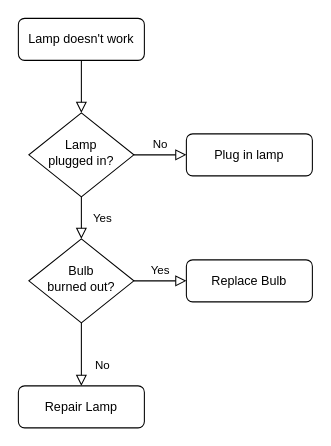
Before: data/Untitled Diagram.drawio in skybristol/experiments, a draw.io diagram. Source tidied: cells renumbered, new cells numbered last; positions are measured from the earlier drawing's top-left corner, leaving out a move shared by most shapes. Both pictures are drawn from the tidied source at 105%, with x=0, y=0 at pixel (18, 18).
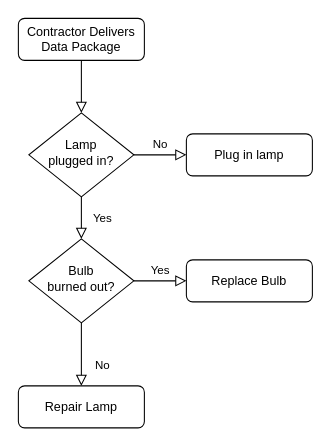
The same page after the edit.

Commit message:
continuous airborne geophysics.drawio

The edit, as a diff of the source:
```diff
@@
 <mxGraphModel>
   <root>
     <mxCell id="0" />
     <mxCell id="1" parent="0" />
     <mxCell id="2" style="rounded=0;html=1;jettySize=auto;fontSize=11;endArrow=block;endFill=0;endSize=8;strokeWidth=1;shadow=0;labelBackgroundColor=none;edgeStyle=orthogonalEdgeStyle;" parent="1" edge="1" source="3" target="6">
       <mxGeometry relative="1" as="geometry" />
     </mxCell>
-    <mxCell id="3" value="Lamp doesn't work" style="rounded=1;whiteSpace=wrap;html=1;fontSize=12;glass=0;strokeWidth=1;shadow=0;" parent="1" vertex="1">
+    <mxCell id="3" value="Contractor Delivers Data Package" style="rounded=1;whiteSpace=wrap;html=1;fontSize=12;glass=0;strokeWidth=1;shadow=0;" parent="1" vertex="1">
       <mxGeometry width="120" height="40" as="geometry" />
     </mxCell>
     <mxCell id="4" value="Yes" style="rounded=0;html=1;jettySize=auto;fontSize=11;endArrow=block;endFill=0;endSize=8;strokeWidth=1;shadow=0;labelBackgroundColor=none;edgeStyle=orthogonalEdgeStyle;" parent="1" edge="1" source="6" target="10">
       <mxGeometry y="20" relative="1" as="geometry" />
     </mxCell>
     <mxCell id="5" value="No" style="edgeStyle=orthogonalEdgeStyle;rounded=0;html=1;jettySize=auto;fontSize=11;endArrow=block;endFill=0;endSize=8;strokeWidth=1;shadow=0;labelBackgroundColor=none;" parent="1" edge="1" source="6" target="7">
       <mxGeometry y="10" relative="1" as="geometry" />
     </mxCell>
     <mxCell id="6" value="Lamp&lt;br&gt;plugged in?" style="rhombus;whiteSpace=wrap;html=1;shadow=0;fontFamily=Helvetica;fontSize=12;align=center;strokeWidth=1;spacing=6;spacingTop=-4;" parent="1" vertex="1">
       <mxGeometry x="10" y="90" width="100" height="80" as="geometry" />
     </mxCell>
     <mxCell id="7" value="Plug in lamp" style="rounded=1;whiteSpace=wrap;html=1;fontSize=12;glass=0;strokeWidth=1;shadow=0;" parent="1" vertex="1">
       <mxGeometry x="160" y="110" width="120" height="40" as="geometry" />
     </mxCell>
     <mxCell id="8" value="No" style="rounded=0;html=1;jettySize=auto;fontSize=11;endArrow=block;endFill=0;endSize=8;strokeWidth=1;shadow=0;labelBackgroundColor=none;edgeStyle=orthogonalEdgeStyle;" parent="1" edge="1" source="10" target="11">
       <mxGeometry x="0.33" y="20" relative="1" as="geometry" />
     </mxCell>
     <mxCell id="9" value="Yes" style="edgeStyle=orthogonalEdgeStyle;rounded=0;html=1;jettySize=auto;fontSize=11;endArrow=block;endFill=0;endSize=8;strokeWidth=1;shadow=0;labelBackgroundColor=none;" parent="1" edge="1" source="10" target="12">
       <mxGeometry y="10" relative="1" as="geometry" />
     </mxCell>
     <mxCell id="10" value="Bulb&lt;br&gt;burned out?" style="rhombus;whiteSpace=wrap;html=1;shadow=0;fontFamily=Helvetica;fontSize=12;align=center;strokeWidth=1;spacing=6;spacingTop=-4;" parent="1" vertex="1">
       <mxGeometry x="10" y="210" width="100" height="80" as="geometry" />
     </mxCell>
     <mxCell id="11" value="Repair Lamp" style="rounded=1;whiteSpace=wrap;html=1;fontSize=12;glass=0;strokeWidth=1;shadow=0;" parent="1" vertex="1">
       <mxGeometry y="350" width="120" height="40" as="geometry" />
     </mxCell>
     <mxCell id="12" value="Replace Bulb" style="rounded=1;whiteSpace=wrap;html=1;fontSize=12;glass=0;strokeWidth=1;shadow=0;" parent="1" vertex="1">
       <mxGeometry x="160" y="230" width="120" height="40" as="geometry" />
     </mxCell>
   </root>
 </mxGraphModel>
```
